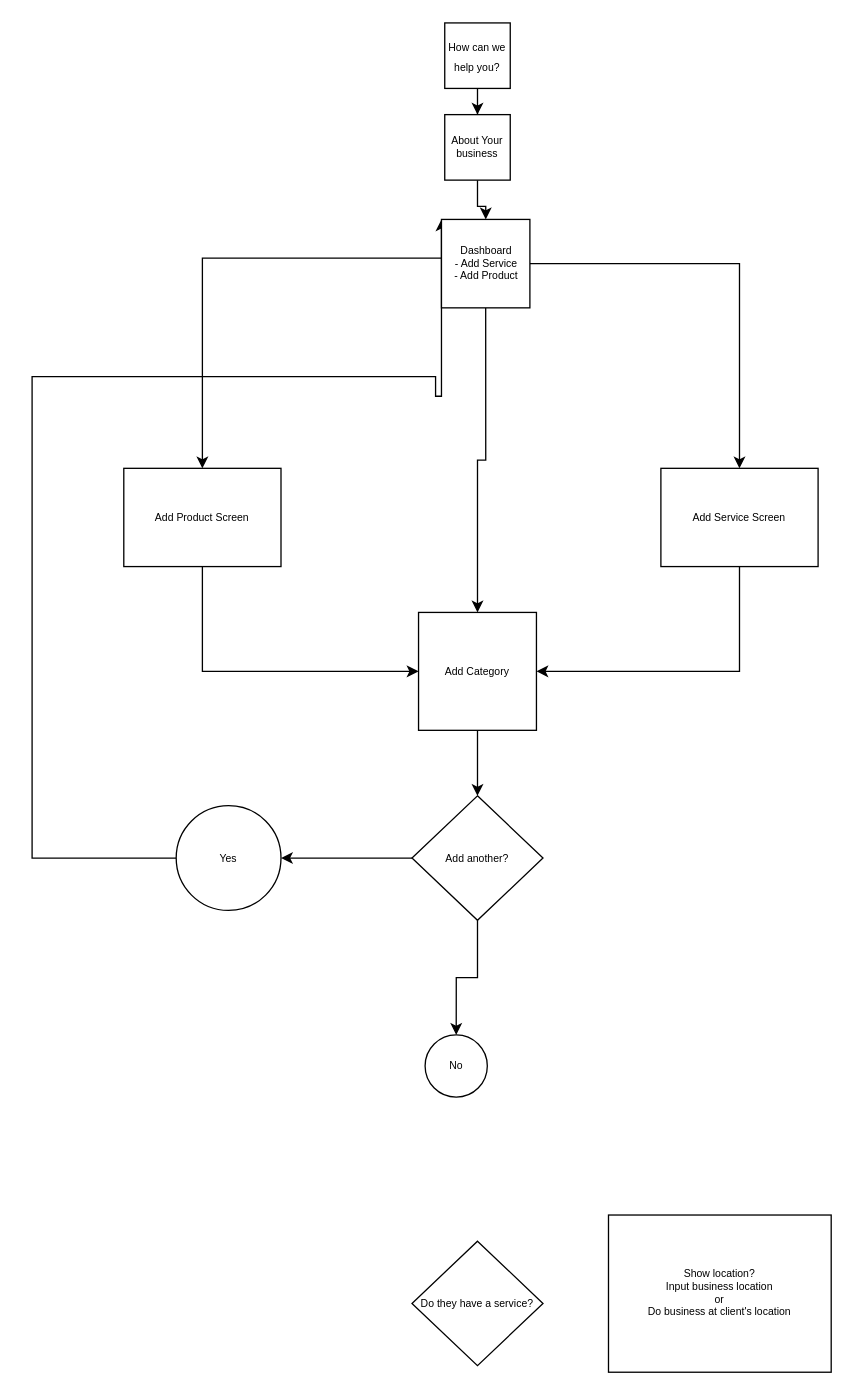
Before: campusConnex.drawio in asarogers/diagram, a draw.io diagram. Source tidied: cells renumbered, new cells numbered last; positions are measured from the earlier drawing's top-left corner, leaving out a move shared by most shapes. Both pictures are drawn from the tidied source at 131%, with x=0, y=0 at pixel (31, 22).
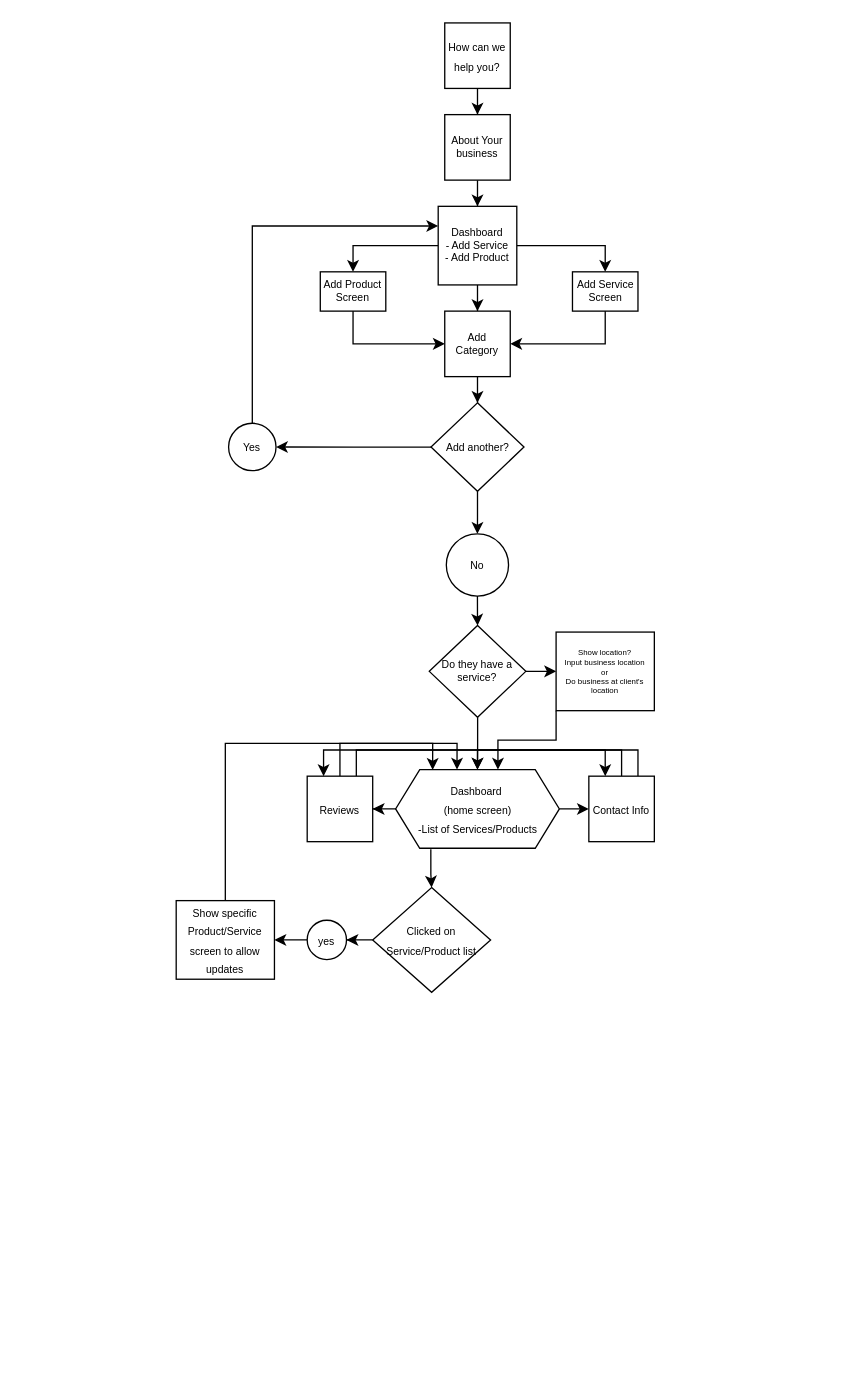
After the change.

Change to the diagram source:
```diff
@@
-    <mxCell id="6" style="edgeStyle=orthogonalEdgeStyle;rounded=0;jettySize=auto;html=1;fontSize=8;" parent="1" edge="1" source="21" target="10">
+    <mxCell id="6" style="edgeStyle=orthogonalEdgeStyle;rounded=0;jettySize=auto;html=1;fontSize=8;entryX=0.5;entryY=0;entryDx=0;entryDy=0;" parent="1" edge="1" source="21" target="10">
       <mxGeometry relative="1" as="geometry" />
     </mxCell>
-    <mxCell id="7" style="edgeStyle=orthogonalEdgeStyle;rounded=0;jettySize=auto;html=1;exitX=0;exitY=0.438;exitDx=0;exitDy=0;exitPerimeter=0;fontSize=8;" parent="1" edge="1" source="21" target="12">
+    <mxCell id="7" style="edgeStyle=orthogonalEdgeStyle;rounded=0;jettySize=auto;html=1;exitX=0;exitY=0.5;exitDx=0;exitDy=0;fontSize=8;entryX=0.5;entryY=0;entryDx=0;entryDy=0;" parent="1" edge="1" source="21" target="12">
       <mxGeometry relative="1" as="geometry" />
     </mxCell>
@@
     <mxCell id="10" value="Add Service Screen" style="whiteSpace=wrap;html=1;fontSize=8;" parent="1" vertex="1">
-      <mxGeometry x="480" y="340" width="120" height="75" as="geometry" />
+      <mxGeometry x="412.5" y="190" width="50" height="30" as="geometry" />
     </mxCell>
@@
     <mxCell id="12" value="Add Product Screen" style="whiteSpace=wrap;html=1;fontSize=8;" parent="1" vertex="1">
-      <mxGeometry x="70" y="340" width="120" height="75" as="geometry" />
+      <mxGeometry x="220" y="190" width="50" height="30" as="geometry" />
     </mxCell>
@@
     <mxCell id="14" value="Add Category" style="whiteSpace=wrap;html=1;fontSize=8;" parent="1" vertex="1">
-      <mxGeometry x="295" y="450" width="90" height="90" as="geometry" />
+      <mxGeometry x="315" y="220" width="50" height="50" as="geometry" />
     </mxCell>
+    <mxCell id="24" style="edgeStyle=orthogonalEdgeStyle;rounded=0;jettySize=auto;html=1;exitX=0;exitY=1;exitDx=0;exitDy=0;entryX=0.625;entryY=0;entryDx=0;entryDy=0;" parent="1" edge="1" source="15" target="31">
+      <mxGeometry relative="1" as="geometry" />
+    </mxCell>
-    <mxCell id="15" value="Show location?&lt;br style=&quot;font-size: 8px;&quot;&gt;&lt;div style=&quot;font-size: 8px;&quot;&gt;Input business location&lt;/div&gt;&lt;div style=&quot;font-size: 8px;&quot;&gt;or&lt;/div&gt;&lt;div style=&quot;font-size: 8px;&quot;&gt;Do business at client's location&lt;br style=&quot;font-size: 8px;&quot;&gt;&lt;/div&gt;" style="whiteSpace=wrap;html=1;fontSize=8;" parent="1" vertex="1">
-      <mxGeometry x="440" y="910" width="170" height="120" as="geometry" />
+    <mxCell id="15" value="&lt;font style=&quot;font-size: 6px;&quot;&gt;Show location?&lt;br&gt;&lt;/font&gt;&lt;div style=&quot;font-size: 6px;&quot;&gt;&lt;font style=&quot;font-size: 6px;&quot;&gt;Input business location&lt;/font&gt;&lt;/div&gt;&lt;div style=&quot;font-size: 6px;&quot;&gt;&lt;font style=&quot;font-size: 6px;&quot;&gt;or&lt;/font&gt;&lt;/div&gt;&lt;div style=&quot;font-size: 6px;&quot;&gt;&lt;font style=&quot;font-size: 6px;&quot;&gt;Do business at client's location&lt;br&gt;&lt;/font&gt;&lt;/div&gt;" style="whiteSpace=wrap;html=1;fontSize=8;" parent="1" vertex="1">
+      <mxGeometry x="400" y="465" width="75" height="60" as="geometry" />
     </mxCell>
@@
     <mxCell id="18" value="Add another?" style="rhombus;whiteSpace=wrap;html=1;fontSize=8;" parent="1" vertex="1">
-      <mxGeometry x="290" y="590" width="100" height="95" as="geometry" />
+      <mxGeometry x="304.5" y="290" width="71" height="67.5" as="geometry" />
     </mxCell>
-    <mxCell id="19" style="edgeStyle=orthogonalEdgeStyle;rounded=0;jettySize=auto;html=1;exitX=0;exitY=0.5;exitDx=0;exitDy=0;entryX=0;entryY=0;entryDx=0;entryDy=0;fontSize=8;" parent="1" edge="1" source="20" target="21">
-      <mxGeometry relative="1" as="geometry">
-        <Array as="points">
-          <mxPoint y="638" />
-          <mxPoint y="270" />
-          <mxPoint x="308" y="270" />
-          <mxPoint x="308" y="285" />
-        </Array>
-      </mxGeometry>
+    <mxCell id="19" style="edgeStyle=orthogonalEdgeStyle;rounded=0;jettySize=auto;html=1;exitX=0.5;exitY=0;exitDx=0;exitDy=0;entryX=0;entryY=0.25;entryDx=0;entryDy=0;" parent="1" edge="1" source="20" target="21">
+      <mxGeometry relative="1" as="geometry" />
     </mxCell>
     <mxCell id="20" value="Yes" style="ellipse;whiteSpace=wrap;html=1;fontSize=8;" parent="1" vertex="1">
-      <mxGeometry x="110" y="597.5" width="80" height="80" as="geometry" />
+      <mxGeometry x="150" y="305.6" width="36.2" height="36.2" as="geometry" />
     </mxCell>
     <mxCell id="21" value="&lt;div style=&quot;font-size: 8px;&quot;&gt;Dashboard&lt;/div&gt;&lt;div style=&quot;font-size: 8px;&quot;&gt;- Add Service&lt;/div&gt;&lt;div style=&quot;font-size: 8px;&quot;&gt;- Add Product&lt;br style=&quot;font-size: 8px;&quot;&gt;&lt;/div&gt;" style="whiteSpace=wrap;html=1;fontSize=8;" parent="1" vertex="1">
-      <mxGeometry x="312.5" y="150" width="67.5" height="67.5" as="geometry" />
+      <mxGeometry x="310" y="140" width="60" height="60" as="geometry" />
     </mxCell>
+    <mxCell id="25" style="edgeStyle=orthogonalEdgeStyle;rounded=0;jettySize=auto;html=1;" parent="1" edge="1" source="22" target="23">
+      <mxGeometry relative="1" as="geometry" />
+    </mxCell>
     <mxCell id="22" value="No" style="ellipse;whiteSpace=wrap;html=1;fontSize=8;" parent="1" vertex="1">
-      <mxGeometry x="300" y="772.5" width="47.5" height="47.5" as="geometry" />
+      <mxGeometry x="316.2" y="390" width="47.5" height="47.5" as="geometry" />
     </mxCell>
+    <mxCell id="26" style="edgeStyle=orthogonalEdgeStyle;rounded=0;jettySize=auto;html=1;" parent="1" edge="1" source="23" target="15">
+      <mxGeometry relative="1" as="geometry" />
+    </mxCell>
+    <mxCell id="27" style="edgeStyle=orthogonalEdgeStyle;rounded=0;jettySize=auto;html=1;" parent="1" edge="1" source="23" target="31">
+      <mxGeometry relative="1" as="geometry" />
+    </mxCell>
     <mxCell id="23" value="Do they have a service?" style="rhombus;whiteSpace=wrap;html=1;fontSize=8;" parent="1" vertex="1">
-      <mxGeometry x="290" y="930" width="100" height="95" as="geometry" />
+      <mxGeometry x="303.2" y="460" width="73.7" height="70" as="geometry" />
     </mxCell>
+    <mxCell id="28" style="edgeStyle=orthogonalEdgeStyle;rounded=0;jettySize=auto;html=1;" parent="1" edge="1" source="31" target="34">
+      <mxGeometry relative="1" as="geometry" />
+    </mxCell>
+    <mxCell id="29" style="edgeStyle=orthogonalEdgeStyle;rounded=0;jettySize=auto;html=1;" parent="1" edge="1" source="31" target="37">
+      <mxGeometry relative="1" as="geometry" />
+    </mxCell>
+    <mxCell id="30" style="edgeStyle=orthogonalEdgeStyle;rounded=0;jettySize=auto;html=1;exitX=0.215;exitY=1.013;exitDx=0;exitDy=0;exitPerimeter=0;" parent="1" edge="1" source="31" target="39">
+      <mxGeometry relative="1" as="geometry" />
+    </mxCell>
+    <mxCell id="31" value="&lt;p align=&quot;center&quot; style=&quot;line-height: 70%;&quot;&gt;&lt;/p&gt;&lt;div align=&quot;center&quot;&gt;&lt;font style=&quot;font-size: 8px;&quot;&gt;&amp;nbsp;&amp;nbsp;&amp;nbsp; Dashboard&amp;nbsp;&amp;nbsp;&amp;nbsp;&amp;nbsp;&amp;nbsp;&lt;/font&gt;&lt;/div&gt;&lt;div align=&quot;center&quot;&gt;&lt;font style=&quot;font-size: 8px;&quot;&gt;(home screen)&lt;/font&gt;&lt;/div&gt;&lt;div align=&quot;center&quot;&gt;&lt;font style=&quot;font-size: 8px;&quot;&gt;-List of Services/Products&lt;br&gt;&lt;/font&gt;&lt;/div&gt;&lt;p align=&quot;center&quot;&gt;&lt;/p&gt;" style="shape=hexagon;perimeter=hexagonPerimeter2;whiteSpace=wrap;html=1;fixedSize=1;size=18.410000000000082;align=center;" parent="1" vertex="1">
+      <mxGeometry x="277.5" y="570" width="125" height="60" as="geometry" />
+    </mxCell>
+    <mxCell id="32" style="edgeStyle=orthogonalEdgeStyle;rounded=0;jettySize=auto;html=1;exitX=0.5;exitY=0;exitDx=0;exitDy=0;entryX=0.375;entryY=0;entryDx=0;entryDy=0;" parent="1" edge="1" source="34" target="31">
+      <mxGeometry relative="1" as="geometry" />
+    </mxCell>
+    <mxCell id="33" style="edgeStyle=orthogonalEdgeStyle;rounded=0;jettySize=auto;html=1;exitX=0.75;exitY=0;exitDx=0;exitDy=0;entryX=0.25;entryY=0;entryDx=0;entryDy=0;" parent="1" edge="1" source="34" target="37">
+      <mxGeometry relative="1" as="geometry" />
+    </mxCell>
+    <mxCell id="34" value="&lt;font style=&quot;font-size: 8px;&quot;&gt;Reviews&lt;/font&gt;" style="whiteSpace=wrap;html=1;" parent="1" vertex="1">
+      <mxGeometry x="210" y="575" width="50" height="50" as="geometry" />
+    </mxCell>
+    <mxCell id="35" style="edgeStyle=orthogonalEdgeStyle;rounded=0;jettySize=auto;html=1;exitX=0.5;exitY=0;exitDx=0;exitDy=0;entryX=0.5;entryY=0;entryDx=0;entryDy=0;" parent="1" edge="1" source="37" target="31">
+      <mxGeometry relative="1" as="geometry" />
+    </mxCell>
+    <mxCell id="36" style="edgeStyle=orthogonalEdgeStyle;rounded=0;jettySize=auto;html=1;exitX=0.75;exitY=0;exitDx=0;exitDy=0;entryX=0.25;entryY=0;entryDx=0;entryDy=0;" parent="1" edge="1" source="37" target="34">
+      <mxGeometry relative="1" as="geometry" />
+    </mxCell>
+    <mxCell id="37" value="&lt;font style=&quot;font-size: 8px;&quot;&gt;Contact Info&lt;/font&gt;" style="whiteSpace=wrap;html=1;" parent="1" vertex="1">
+      <mxGeometry x="425" y="575" width="50" height="50" as="geometry" />
+    </mxCell>
+    <mxCell id="38" style="edgeStyle=orthogonalEdgeStyle;rounded=0;jettySize=auto;html=1;exitX=0;exitY=0.5;exitDx=0;exitDy=0;" parent="1" edge="1" source="39" target="41">
+      <mxGeometry relative="1" as="geometry" />
+    </mxCell>
+    <mxCell id="39" value="&lt;font style=&quot;font-size: 8px;&quot;&gt;Clicked on Service/Product list&lt;/font&gt;" style="rhombus;whiteSpace=wrap;html=1;" parent="1" vertex="1">
+      <mxGeometry x="260" y="660" width="90" height="80" as="geometry" />
+    </mxCell>
+    <mxCell id="40" style="edgeStyle=orthogonalEdgeStyle;rounded=0;jettySize=auto;html=1;" parent="1" edge="1" source="41" target="42">
+      <mxGeometry relative="1" as="geometry" />
+    </mxCell>
+    <mxCell id="41" value="&lt;p style=&quot;line-height: 100%;&quot;&gt;&lt;font style=&quot;font-size: 8px;&quot;&gt;yes&lt;/font&gt;&lt;/p&gt;" style="ellipse;whiteSpace=wrap;html=1;" parent="1" vertex="1">
+      <mxGeometry x="210" y="685" width="30" height="30" as="geometry" />
+    </mxCell>
+    <mxCell id="42" value="&lt;font style=&quot;font-size: 8px;&quot;&gt;Show specific Product/Service screen to allow updates&lt;br&gt;&lt;/font&gt;" style="whiteSpace=wrap;html=1;" parent="1" vertex="1">
+      <mxGeometry x="110" y="670" width="75" height="60" as="geometry" />
+    </mxCell>
+    <mxCell id="43" style="edgeStyle=orthogonalEdgeStyle;rounded=0;jettySize=auto;html=1;exitX=0.5;exitY=0;exitDx=0;exitDy=0;entryX=0.226;entryY=0.004;entryDx=0;entryDy=0;entryPerimeter=0;" parent="1" edge="1" source="42" target="31">
+      <mxGeometry relative="1" as="geometry" />
+    </mxCell>
```
